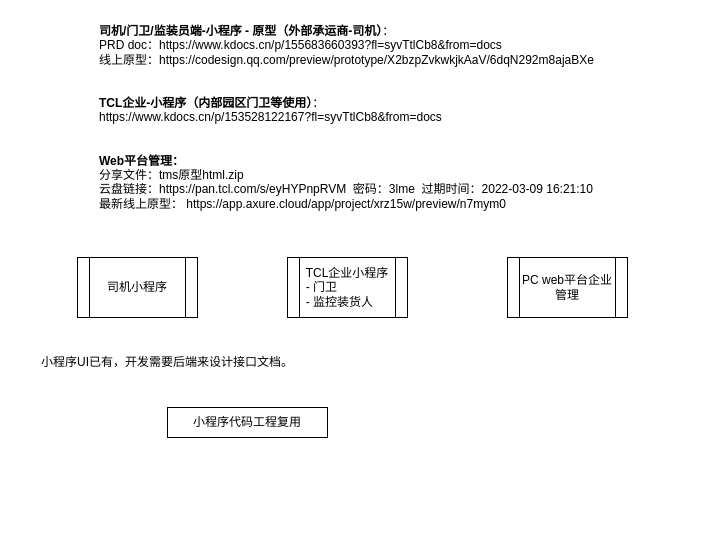
Above: page "触点端" (1 of 11) of TMS.drawio in lawplus/diagrams (draw.io), before the change. Source tidied: cells renumbered, new cells numbered last; positions are measured from the earlier drawing's top-left corner, leaving out a move shared by most shapes. Both pictures are drawn from the tidied source at 100%, with x=0, y=0 at pixel (17, 17).
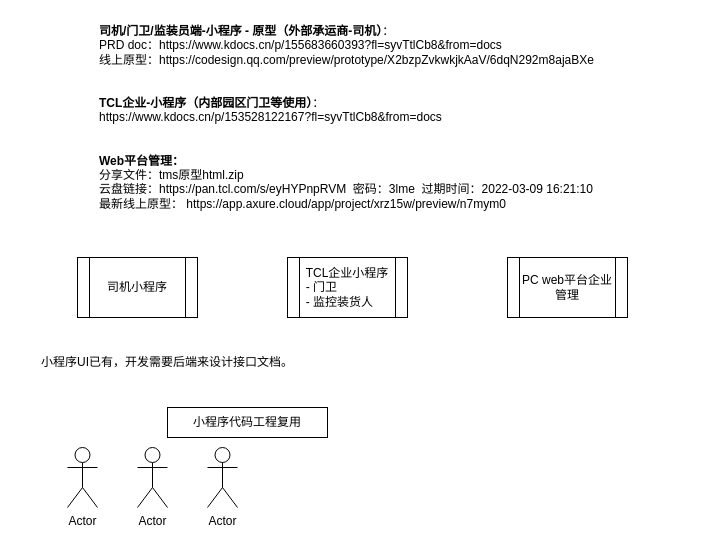
Above is the later version.

Change to the diagram source:
```diff
@@
 <mxGraphModel>
   <root>
     <mxCell id="0" />
     <mxCell id="1" parent="0" />
     <mxCell id="2" value="&lt;b&gt;司机/门卫/监装员端-小程序 - 原型（外部承运商-司机）&lt;/b&gt;：&amp;nbsp;&lt;br&gt;PRD doc：https://www.kdocs.cn/p/155683660393?fl=syvTtlCb8&amp;amp;from=docs &lt;br&gt;线上原型：https://codesign.qq.com/preview/prototype/X2bzpZvkwkjkAaV/6dqN292m8ajaBXe&lt;br&gt;&lt;br&gt;&lt;br&gt;&lt;b&gt;TCL企业-小程序（内部园区门卫等使用）&lt;/b&gt;：&lt;br&gt;https://www.kdocs.cn/p/153528122167?fl=syvTtlCb8&amp;amp;from=docs&lt;br&gt;&lt;br&gt;&lt;br&gt;&lt;b&gt;Web平台管理：&lt;/b&gt;&lt;br&gt;&lt;div&gt;分享文件：tms原型html.zip&lt;/div&gt;&lt;div&gt;云盘链接：https://pan.tcl.com/s/eyHYPnpRVM&amp;nbsp; 密码：3lme&amp;nbsp; 过期时间：2022-03-09 16:21:10&lt;/div&gt;&lt;div&gt;最新线上原型：&amp;nbsp;https://app.axure.cloud/app/project/xrz15w/preview/n7mym0&lt;/div&gt;" style="text;whiteSpace=wrap;html=1;" parent="1" vertex="1">
       <mxGeometry x="80" width="590" height="200" as="geometry" />
     </mxCell>
     <mxCell id="3" value="司机小程序" style="shape=process;whiteSpace=wrap;html=1;backgroundOutline=1;" parent="1" vertex="1">
       <mxGeometry x="60" y="240" width="120" height="60" as="geometry" />
     </mxCell>
     <mxCell id="4" value="TCL企业小程序&lt;br&gt;&lt;div style=&quot;text-align: left&quot;&gt;&lt;span&gt;- 门卫&lt;/span&gt;&lt;/div&gt;&lt;div style=&quot;text-align: left&quot;&gt;&lt;span&gt;- 监控装货人&lt;/span&gt;&lt;/div&gt;" style="shape=process;whiteSpace=wrap;html=1;backgroundOutline=1;" parent="1" vertex="1">
       <mxGeometry x="270" y="240" width="120" height="60" as="geometry" />
     </mxCell>
     <mxCell id="5" value="小程序代码工程复用" style="rounded=0;whiteSpace=wrap;html=1;" parent="1" vertex="1">
       <mxGeometry x="150" y="390" width="160" height="30" as="geometry" />
     </mxCell>
     <mxCell id="6" value="PC web平台企业管理" style="shape=process;whiteSpace=wrap;html=1;backgroundOutline=1;" parent="1" vertex="1">
       <mxGeometry x="490" y="240" width="120" height="60" as="geometry" />
     </mxCell>
     <mxCell id="7" value="小程序UI已有，开发需要后端来设计接口文档。" style="text;html=1;strokeColor=none;fillColor=none;align=center;verticalAlign=middle;whiteSpace=wrap;rounded=0;" parent="1" vertex="1">
       <mxGeometry y="330" width="300" height="30" as="geometry" />
     </mxCell>
+    <mxCell id="8" value="Actor" style="shape=umlActor;verticalLabelPosition=bottom;verticalAlign=top;html=1;" parent="1" vertex="1">
+      <mxGeometry x="120" y="430" width="30" height="60" as="geometry" />
+    </mxCell>
+    <mxCell id="9" value="Actor" style="shape=umlActor;verticalLabelPosition=bottom;verticalAlign=top;html=1;" parent="1" vertex="1">
+      <mxGeometry x="50" y="430" width="30" height="60" as="geometry" />
+    </mxCell>
+    <mxCell id="10" value="Actor" style="shape=umlActor;verticalLabelPosition=bottom;verticalAlign=top;html=1;" parent="1" vertex="1">
+      <mxGeometry x="190" y="430" width="30" height="60" as="geometry" />
+    </mxCell>
   </root>
 </mxGraphModel>
```
